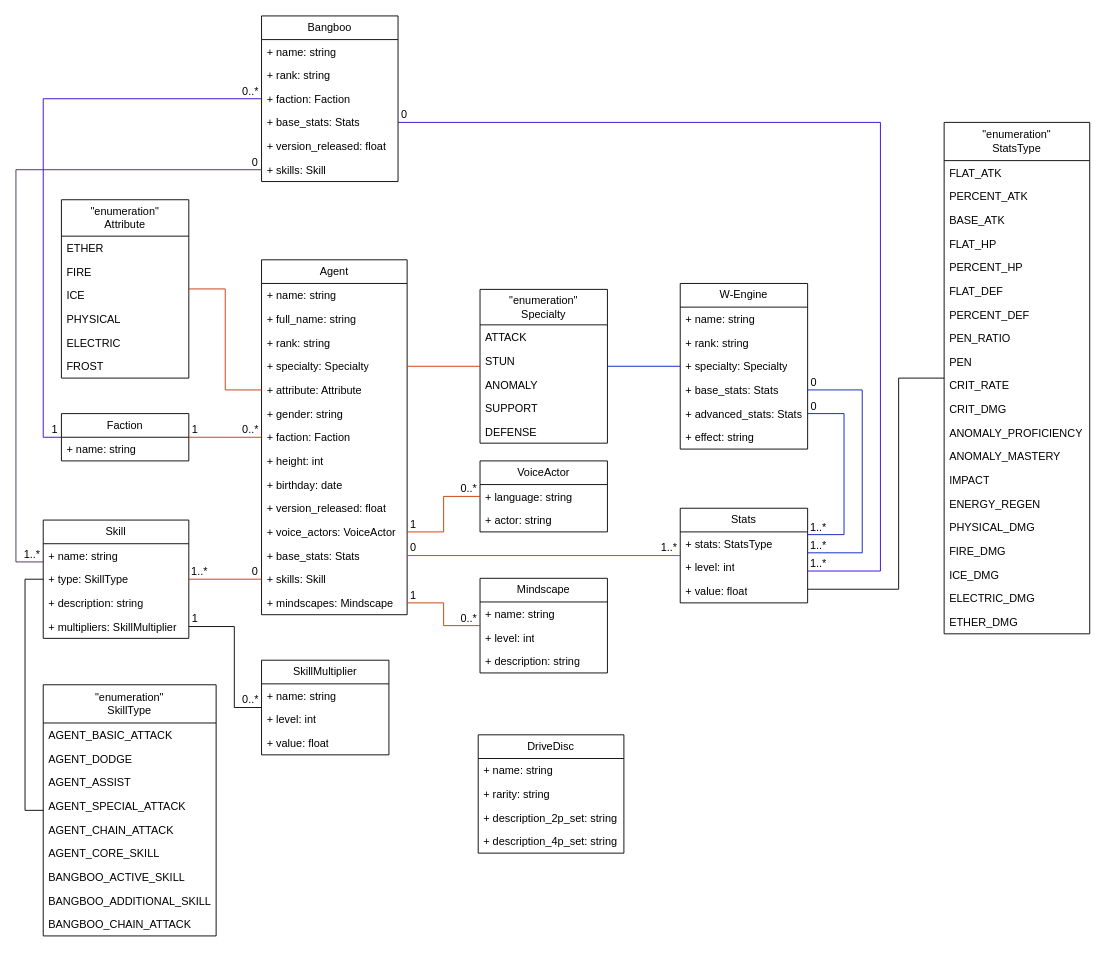
The draw.io diagram assets/class_diagram.drawio in GaruXer/api.zenless-zone-zero, before the edit. Source tidied: cells renumbered, new cells numbered last; positions are measured from the earlier drawing's top-left corner, leaving out a move shared by most shapes. Both pictures are drawn from the tidied source at 91%, with x=0, y=0 at pixel (15, 15).
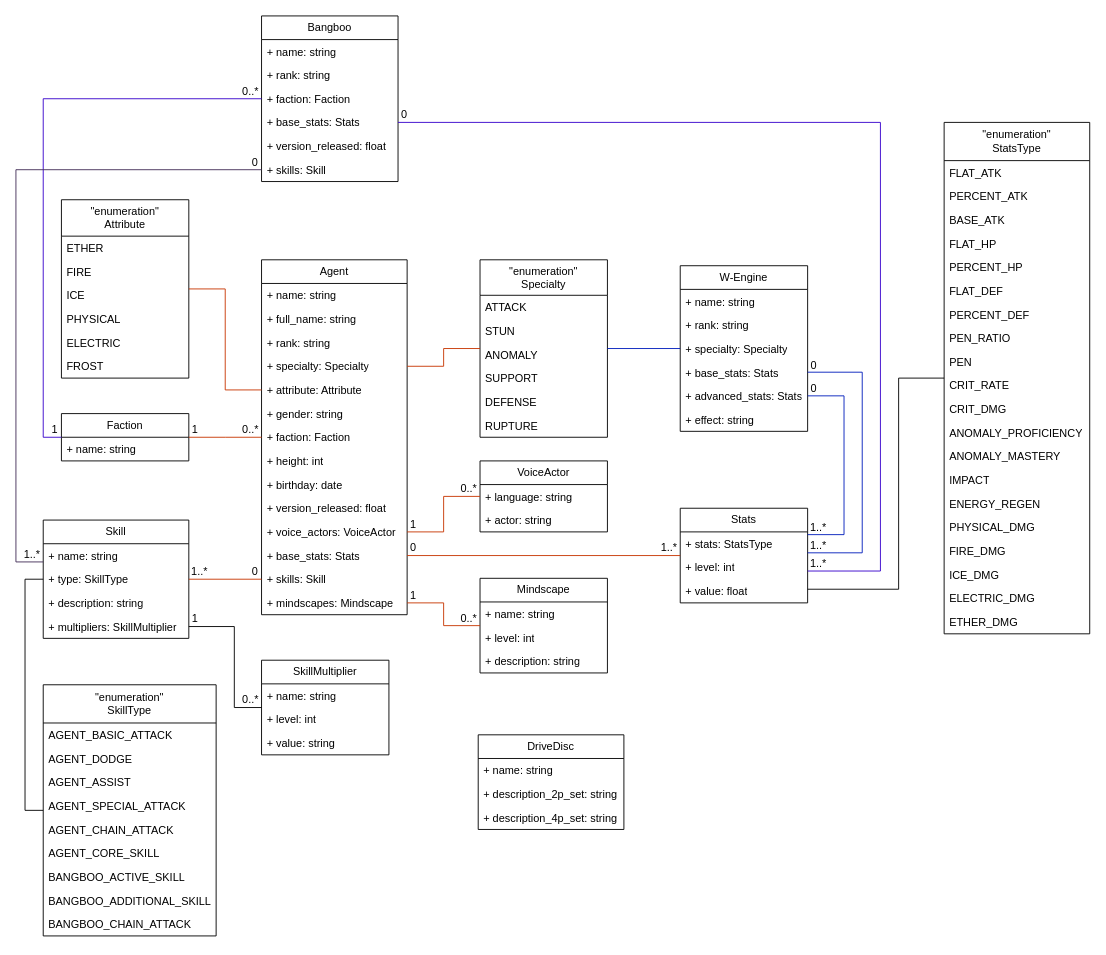
The same page after the edit.

Unchanged cells that the change refers to:
```xml
<mxCell id="6" value="+ specialty: Specialty" style="text;strokeColor=none;fillColor=none;align=left;verticalAlign=top;spacingLeft=4;spacingRight=4;overflow=hidden;points=[[0,0.5],[1,0.5]];portConstraint=eastwest;whiteSpace=wrap;html=1;" parent="2" vertex="1">
  <mxGeometry y="104" width="160" height="26" as="geometry" />
</mxCell>
<mxCell id="21" value="+ base_stats: Stats" style="text;strokeColor=none;fillColor=none;align=left;verticalAlign=top;spacingLeft=4;spacingRight=4;overflow=hidden;points=[[0,0.5],[1,0.5]];portConstraint=eastwest;whiteSpace=wrap;html=1;" parent="17" vertex="1">
  <mxGeometry y="104" width="140" height="26" as="geometry" />
</mxCell>
<mxCell id="22" value="+ advanced_stats: Stats" style="text;strokeColor=none;fillColor=none;align=left;verticalAlign=top;spacingLeft=4;spacingRight=4;overflow=hidden;points=[[0,0.5],[1,0.5]];portConstraint=eastwest;whiteSpace=wrap;html=1;" parent="17" vertex="1">
  <mxGeometry y="130" width="140" height="26" as="geometry" />
</mxCell>
<mxCell id="56" value="SkillMultiplier" style="swimlane;fontStyle=0;horizontal=1;startSize=26;fillColor=none;whiteSpace=wrap;html=1;" parent="1" vertex="1">
  <mxGeometry x="269.9" y="708" width="140" height="104" as="geometry" />
</mxCell>
<mxCell id="60" value="Stats" style="swimlane;fontStyle=0;horizontal=1;startSize=26;fillColor=none;whiteSpace=wrap;html=1;" parent="1" vertex="1">
  <mxGeometry x="730" y="541" width="140" height="104" as="geometry" />
</mxCell>
```

Change to the diagram source:
```diff
@@
     <mxCell id="17" value="W-Engine" style="swimlane;fontStyle=0;horizontal=1;startSize=26;fillColor=none;whiteSpace=wrap;html=1;" parent="1" vertex="1">
-      <mxGeometry x="730" y="294" width="140" height="182" as="geometry" />
+      <mxGeometry x="730" y="274.5" width="140" height="182" as="geometry" />
     </mxCell>
@@
     <mxCell id="31" value="DriveDisc" style="swimlane;fontStyle=0;horizontal=1;startSize=26;fillColor=none;whiteSpace=wrap;html=1;" parent="1" vertex="1">
-      <mxGeometry x="508" y="790" width="160.1" height="130" as="geometry" />
+      <mxGeometry x="508" y="790" width="160.1" height="104" as="geometry" />
     </mxCell>
@@
-    <mxCell id="33" value="+ rarity: string" style="text;strokeColor=none;fillColor=none;align=left;verticalAlign=top;spacingLeft=4;spacingRight=4;overflow=hidden;whiteSpace=wrap;html=1;" parent="31" vertex="1">
-      <mxGeometry y="52" width="160.1" height="26" as="geometry" />
-    </mxCell>
     <mxCell id="34" value="+ description_2p_set: string" style="text;strokeColor=none;fillColor=none;align=left;verticalAlign=top;spacingLeft=4;spacingRight=4;overflow=hidden;whiteSpace=wrap;html=1;" parent="31" vertex="1">
-      <mxGeometry y="78" width="160.1" height="26" as="geometry" />
+      <mxGeometry y="52" width="160.1" height="26" as="geometry" />
     </mxCell>
     <mxCell id="35" value="+ description_4p_set: string" style="text;strokeColor=none;fillColor=none;align=left;verticalAlign=top;spacingLeft=4;spacingRight=4;overflow=hidden;whiteSpace=wrap;html=1;" parent="31" vertex="1">
-      <mxGeometry y="104" width="160.1" height="26" as="geometry" />
+      <mxGeometry y="78" width="160.1" height="26" as="geometry" />
     </mxCell>
@@
     <mxCell id="43" value="&lt;div&gt;&quot;enumeration&quot;&lt;/div&gt;&lt;span style=&quot;color: rgb(255, 255, 255);&quot;&gt;&lt;/span&gt;&lt;div&gt;&lt;span style=&quot;background-color: transparent;&quot;&gt;Specialty&lt;/span&gt;&lt;/div&gt;" style="swimlane;fontStyle=0;horizontal=1;startSize=39;fillColor=none;whiteSpace=wrap;html=1;" parent="1" vertex="1">
-      <mxGeometry x="510" y="300.5" width="140" height="169" as="geometry" />
+      <mxGeometry x="510" y="268" width="140" height="195" as="geometry" />
     </mxCell>
@@
+    <mxCell id="140" value="RUPTURE" style="text;strokeColor=none;fillColor=none;align=left;verticalAlign=top;spacingLeft=4;spacingRight=4;overflow=hidden;whiteSpace=wrap;html=1;" parent="43" vertex="1">
+      <mxGeometry y="169" width="140" height="26" as="geometry" />
+    </mxCell>
@@
-    <mxCell id="59" value="+ value: float" style="text;strokeColor=none;fillColor=none;align=left;verticalAlign=top;spacingLeft=4;spacingRight=4;overflow=hidden;whiteSpace=wrap;html=1;" parent="56" vertex="1">
+    <mxCell id="59" value="+ value: string" style="text;strokeColor=none;fillColor=none;align=left;verticalAlign=top;spacingLeft=4;spacingRight=4;overflow=hidden;whiteSpace=wrap;html=1;" parent="56" vertex="1">
       <mxGeometry y="78" width="140" height="26" as="geometry" />
     </mxCell>
@@
-    <mxCell id="72" style="edgeStyle=none;html=1;exitX=1;exitY=0.5;exitDx=0;exitDy=0;endArrow=none;endFill=0;strokeColor=#C73500;fillColor=#fa6800;" parent="1" edge="1" source="6" target="43">
+    <mxCell id="72" style="edgeStyle=orthogonalEdgeStyle;html=1;exitX=1;exitY=0.5;exitDx=0;exitDy=0;endArrow=none;endFill=0;strokeColor=#C73500;fillColor=#fa6800;rounded=0;curved=0;" parent="1" edge="1" source="6" target="43">
       <mxGeometry relative="1" as="geometry" />
     </mxCell>
@@
     <mxCell id="78" style="edgeStyle=orthogonalEdgeStyle;html=1;exitX=1;exitY=0.5;exitDx=0;exitDy=0;rounded=0;endArrow=none;endFill=0;strokeColor=#001DBC;fillColor=#0050ef;" parent="1" edge="1" source="22" target="60">
       <mxGeometry relative="1" as="geometry">
         <Array as="points">
-          <mxPoint x="910" y="437" />
+          <mxPoint x="910" y="418" />
           <mxPoint x="910" y="570" />
         </Array>
       </mxGeometry>
     </mxCell>
     <mxCell id="79" style="edgeStyle=orthogonalEdgeStyle;html=1;exitX=1;exitY=0.5;exitDx=0;exitDy=0;rounded=0;endArrow=none;endFill=0;strokeColor=#001DBC;fillColor=#0050ef;" parent="1" edge="1" source="21" target="60">
       <mxGeometry relative="1" as="geometry">
         <Array as="points">
-          <mxPoint x="930" y="411" />
+          <mxPoint x="930" y="392" />
           <mxPoint x="930" y="590" />
         </Array>
       </mxGeometry>
     </mxCell>
@@
     <mxCell id="93" value="0" style="text;html=1;align=center;verticalAlign=middle;whiteSpace=wrap;rounded=0;" parent="1" vertex="1">
-      <mxGeometry x="872" y="424" width="10" height="10" as="geometry" />
+      <mxGeometry x="872" y="404.5" width="10" height="10" as="geometry" />
     </mxCell>
     <mxCell id="94" value="0" style="text;html=1;align=center;verticalAlign=middle;whiteSpace=wrap;rounded=0;" parent="1" vertex="1">
-      <mxGeometry x="872" y="398" width="10" height="10" as="geometry" />
+      <mxGeometry x="872" y="378.5" width="10" height="10" as="geometry" />
     </mxCell>
```
